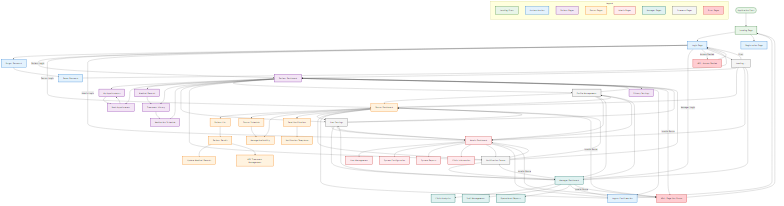
This is docs/final/diagrams/user_interface_flow.png from ruskicoder/swp-hiv-clinic, a Mermaid export, as it was before one commit. Its source is kept beside it as docs/final/diagrams/user_interface_flow.mermaid.
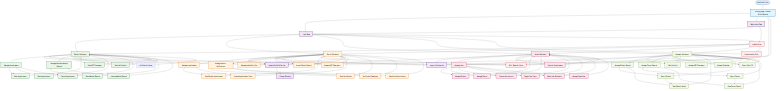
Above is the later version.

Diff of the diagram source:
```diff
@@ -1,119 +1,81 @@
 graph TD
     START([Application Start])
-    LANDING[Landing Page]
+    LANDING[Landing Page - Browse Public Website]
     LOGIN[Login Page]
     REGISTER[Registration Page]
-    FORGOT[Forgot Password]
-    RESET[Reset Password]
 
     LOGOUT[Logout Confirmation]
-    PROFILE[Profile Management]
-    SETTINGS[User Settings]
+    PROFILE[Update Profile & Settings]
+    CHANGE_PASSWORD[Change Password]
     NOTIF_CENTER[Notification Center]
 
     PAT_DASH[Patient Dashboard]
-    PAT_APPT[My Appointments]
+    MANAGE_APPT[Manage Appointments]
     BOOK_APPT[Book Appointment]
-    PAT_RECORDS[Medical Records]
-    PAT_TREATMENT[Treatment History]
-    PAT_MEDICATION[Medication Schedule]
-    PAT_PRIVACY[Privacy Settings]
+    VIEW_APPT[View Appointments]
+    CANCEL_APPT[Cancel Appointment]
+    MANAGE_RECORDS[Manage Personal Medical Records]
+    VIEW_RECORDS[View Medical Records]
+    UPDATE_RECORDS[Update Medical Records]
+    VIEW_ARV[View ARV Treatments]
+    VIEW_NOTIF[View Notifications]
 
     DOC_DASH[Doctor Dashboard]
-    DOC_PATIENTS[Patient List]
-    PAT_DETAIL[Patient Details]
-    UPDATE_RECORDS[Update Medical Records]
-    ARV_MANAGEMENT[ARV Treatment Management]
-    DOC_SCHEDULE[Doctor Schedule]
-    AVAILABILITY[Manage Availability]
+    DOC_MANAGE_APPT[Manage Appointments]
+    DOC_VIEW_APPT[View Patient Appointments]
+    UPDATE_APPT_STATUS[Update Appointment Status]
+    MANAGE_AVAILABILITY[Manage Availability Slots]
+    ACCESS_PAT_RECORDS[Access Patient Records]
+    MANAGE_ARV[Manage ARV Treatments]
+    MANAGE_NOTIFICATIONS[Manage Patient Notifications]
     SEND_NOTIF[Send Notifications]
     NOTIF_TEMPLATES[Notification Templates]
+    NOTIF_HISTORY[View Notification History]
 
     ADMIN_DASH[Admin Dashboard]
-    USER_MGMT[User Management]
-    SYSTEM_CONFIG[System Configuration]
-    ADMIN_REPORTS[System Reports]
-    CLINIC_INFO[Clinic Information]
+    MANAGE_USERS[Manage Users]
+    MANAGE_PATIENTS[Manage Patients]
+    MANAGE_DOCTORS[Manage Doctors]
+    CREATE_ACCOUNTS[Create User Accounts]
+    TOGGLE_STATUS[Toggle User Status]
+    RESET_PASSWORDS[Reset User Passwords]
+    MANAGE_SPECIALTIES[Manage Specialties]
+    VIEW_ALL_APPT[View All Appointments]
 
     MGR_DASH[Manager Dashboard]
-    CLINIC_ANALYTICS[Clinic Analytics]
-    STAFF_MGMT[Staff Management]
-    OPERATIONAL_REPORTS[Operational Reports]
+    VIEW_STATISTICS[View Statistics]
+    MGR_PAT_RECORDS[Manage Patient Records]
+    SEARCH_PATIENTS[Search Patients]
+    VIEW_PAT_DETAILS[View Patient Details]
+    MGR_DOC_RECORDS[Manage Doctor Records]
+    SEARCH_DOCTORS[Search Doctors]
+    VIEW_DOC_DETAILS[View Doctor Details]
+    MGR_ARV[Manage ARV Treatments]
+    MANAGE_SCHEDULES[Manage Schedules]
+    EXPORT_DATA[Export Data CSV]
 
     ERROR_404[404 - Page Not Found]
-    ERROR_403[403 - Access Denied]
-    LOADING[Loading...]
+    LOADING[Loading State]
+    ERROR_AUTH[Authentication Error]
 
     START --> LANDING
     LANDING --> LOGIN
     LANDING --> REGISTER
-    LOGIN --> FORGOT
-    FORGOT --> RESET
-    RESET --> LOGIN
 
-    LOGIN -->|Patient Login| PAT_DASH
-    LOGIN -->|Doctor Login| DOC_DASH
-    LOGIN -->|Admin Login| ADMIN_DASH
-    LOGIN -->|Manager Login| MGR_DASH
+    LOGIN --> PAT_DASH
+    LOGIN --> DOC_DASH
+    LOGIN --> ADMIN_DASH
+    LOGIN --> MGR_DASH
+    LOGIN --> ERROR_AUTH
 
-    PAT_DASH --> PAT_APPT
-    PAT_DASH --> BOOK_APPT
-    PAT_DASH --> PAT_RECORDS
-    PAT_DASH --> PAT_TREATMENT
-    PAT_DASH --> PAT_MEDICATION
+    REGISTER --> LOGIN
+
     PAT_DASH --> PROFILE
-    PAT_DASH --> SETTINGS
-    PAT_DASH --> NOTIF_CENTER
-    PAT_DASH --> PAT_PRIVACY
+    DOC_DASH --> PROFILE
+    ADMIN_DASH --> PROFILE
+    MGR_DASH --> PROFILE
 
-    PAT_APPT --> BOOK_APPT
-    BOOK_APPT --> PAT_APPT
-    PAT_RECORDS --> PAT_TREATMENT
-    PAT_TREATMENT --> PAT_MEDICATION
-
-    DOC_DASH --> DOC_PATIENTS
-    DOC_DASH --> DOC_SCHEDULE
-    DOC_DASH --> AVAILABILITY
-    DOC_DASH --> SEND_NOTIF
-    DOC_DASH --> PROFILE
-    DOC_DASH --> SETTINGS
-    DOC_DASH --> NOTIF_CENTER
-
-    DOC_PATIENTS --> PAT_DETAIL
-    PAT_DETAIL --> UPDATE_RECORDS
-    PAT_DETAIL --> ARV_MANAGEMENT
-    DOC_SCHEDULE --> AVAILABILITY
-    SEND_NOTIF --> NOTIF_TEMPLATES
-
-    ADMIN_DASH --> USER_MGMT
-    ADMIN_DASH --> SYSTEM_CONFIG
-    ADMIN_DASH --> ADMIN_REPORTS
-    ADMIN_DASH --> CLINIC_INFO
-    ADMIN_DASH --> PROFILE
-    ADMIN_DASH --> SETTINGS
-    ADMIN_DASH --> NOTIF_CENTER
-
-    MGR_DASH --> CLINIC_ANALYTICS
-    MGR_DASH --> STAFF_MGMT
-    MGR_DASH --> OPERATIONAL_REPORTS
-    MGR_DASH --> PROFILE
-    MGR_DASH --> SETTINGS
-    MGR_DASH --> NOTIF_CENTER
-
-    PROFILE --> PAT_DASH
-    PROFILE --> DOC_DASH
-    PROFILE --> ADMIN_DASH
-    PROFILE --> MGR_DASH
-
-    SETTINGS --> PAT_DASH
-    SETTINGS --> DOC_DASH
-    SETTINGS --> ADMIN_DASH
-    SETTINGS --> MGR_DASH
-
-    NOTIF_CENTER --> PAT_DASH
-    NOTIF_CENTER --> DOC_DASH
-    NOTIF_CENTER --> ADMIN_DASH
-    NOTIF_CENTER --> MGR_DASH
+    PROFILE --> CHANGE_PASSWORD
 
     PAT_DASH --> LOGOUT
     DOC_DASH --> LOGOUT
@@ -121,47 +83,119 @@
     MGR_DASH --> LOGOUT
     LOGOUT --> LANDING
 
-    PAT_DASH -->|Invalid Route| ERROR_404
-    DOC_DASH -->|Invalid Route| ERROR_404
-    ADMIN_DASH -->|Invalid Route| ERROR_404
-    MGR_DASH -->|Invalid Route| ERROR_404
+    PAT_DASH --> MANAGE_APPT
+    MANAGE_APPT --> BOOK_APPT
+    MANAGE_APPT --> VIEW_APPT
+    MANAGE_APPT --> CANCEL_APPT
+    BOOK_APPT --> PAT_DASH
+    VIEW_APPT --> PAT_DASH
+    CANCEL_APPT --> PAT_DASH
 
-    LOGIN -->|Access Denied| ERROR_403
-    ERROR_403 --> LOGIN
-    ERROR_404 --> LANDING
+    PAT_DASH --> MANAGE_RECORDS
+    MANAGE_RECORDS --> VIEW_RECORDS
+    MANAGE_RECORDS --> UPDATE_RECORDS
+    VIEW_RECORDS --> PAT_DASH
+    UPDATE_RECORDS --> PAT_DASH
+
+    PAT_DASH --> VIEW_ARV
+    PAT_DASH --> VIEW_NOTIF
+    PAT_DASH --> NOTIF_CENTER
+    VIEW_ARV --> PAT_DASH
+    VIEW_NOTIF --> PAT_DASH
+    NOTIF_CENTER --> PAT_DASH
+
+    DOC_DASH --> DOC_MANAGE_APPT
+    DOC_MANAGE_APPT --> DOC_VIEW_APPT
+    DOC_MANAGE_APPT --> UPDATE_APPT_STATUS
+    DOC_VIEW_APPT --> DOC_DASH
+    UPDATE_APPT_STATUS --> DOC_DASH
+
+    DOC_DASH --> MANAGE_AVAILABILITY
+    MANAGE_AVAILABILITY --> DOC_DASH
+
+    DOC_DASH --> ACCESS_PAT_RECORDS
+    ACCESS_PAT_RECORDS --> DOC_DASH
+
+    DOC_DASH --> MANAGE_ARV
+    MANAGE_ARV --> DOC_DASH
+
+    DOC_DASH --> MANAGE_NOTIFICATIONS
+    MANAGE_NOTIFICATIONS --> SEND_NOTIF
+    MANAGE_NOTIFICATIONS --> NOTIF_TEMPLATES
+    MANAGE_NOTIFICATIONS --> NOTIF_HISTORY
+    SEND_NOTIF --> DOC_DASH
+    NOTIF_TEMPLATES --> DOC_DASH
+    NOTIF_HISTORY --> DOC_DASH
+
+    ADMIN_DASH --> MANAGE_USERS
+    MANAGE_USERS --> MANAGE_PATIENTS
+    MANAGE_USERS --> MANAGE_DOCTORS
+    MANAGE_USERS --> CREATE_ACCOUNTS
+    MANAGE_USERS --> TOGGLE_STATUS
+    MANAGE_USERS --> RESET_PASSWORDS
+    MANAGE_USERS --> MANAGE_SPECIALTIES
+    MANAGE_PATIENTS --> ADMIN_DASH
+    MANAGE_DOCTORS --> ADMIN_DASH
+    CREATE_ACCOUNTS --> ADMIN_DASH
+    TOGGLE_STATUS --> ADMIN_DASH
+    RESET_PASSWORDS --> ADMIN_DASH
+    MANAGE_SPECIALTIES --> ADMIN_DASH
+
+    ADMIN_DASH --> VIEW_ALL_APPT
+    VIEW_ALL_APPT --> ADMIN_DASH
+
+    MGR_DASH --> VIEW_STATISTICS
+    VIEW_STATISTICS --> MGR_DASH
+
+    MGR_DASH --> MGR_PAT_RECORDS
+    MGR_PAT_RECORDS --> SEARCH_PATIENTS
+    MGR_PAT_RECORDS --> VIEW_PAT_DETAILS
+    SEARCH_PATIENTS --> VIEW_PAT_DETAILS
+    VIEW_PAT_DETAILS --> MGR_DASH
+    SEARCH_PATIENTS --> MGR_DASH
+
+    MGR_DASH --> MGR_DOC_RECORDS
+    MGR_DOC_RECORDS --> SEARCH_DOCTORS
+    MGR_DOC_RECORDS --> VIEW_DOC_DETAILS
+    SEARCH_DOCTORS --> VIEW_DOC_DETAILS
+    VIEW_DOC_DETAILS --> MGR_DASH
+    SEARCH_DOCTORS --> MGR_DASH
+
+    MGR_DASH --> MGR_ARV
+    MGR_ARV --> MGR_DASH
+
+    MGR_DASH --> MANAGE_SCHEDULES
+    MANAGE_SCHEDULES --> MGR_DASH
+
+    MGR_DASH --> EXPORT_DATA
+    EXPORT_DATA --> MGR_DASH
+
+    LANDING --> ERROR_404
+    PAT_DASH --> ERROR_404
+    DOC_DASH --> ERROR_404
+    ADMIN_DASH --> ERROR_404
+    MGR_DASH --> ERROR_404
 
     LOGIN --> LOADING
+    REGISTER --> LOADING
     LOADING --> PAT_DASH
     LOADING --> DOC_DASH
     LOADING --> ADMIN_DASH
     LOADING --> MGR_DASH
-    LOADING -->|Error| LOGIN
+    LOADING --> ERROR_AUTH
 
-    classDef landing fill:#e8f5e8,stroke:#2e7d32,stroke-width:2px
-    classDef auth fill:#e3f2fd,stroke:#1976d2,stroke-width:2px
-    classDef patient fill:#f3e5f5,stroke:#7b1fa2,stroke-width:2px
-    classDef doctor fill:#fff3e0,stroke:#f57c00,stroke-width:2px
-    classDef admin fill:#ffebee,stroke:#c62828,stroke-width:2px
-    classDef manager fill:#e0f2f1,stroke:#00695c,stroke-width:2px
-    classDef common fill:#f5f5f5,stroke:#616161,stroke-width:2px
-    classDef error fill:#ffcdd2,stroke:#d32f2f,stroke-width:2px
+    classDef landingStyle fill:#e1f5fe,stroke:#01579b,stroke-width:2px
+    classDef authStyle fill:#f3e5f5,stroke:#4a148c,stroke-width:2px
+    classDef patientStyle fill:#e8f5e8,stroke:#2e7d32,stroke-width:2px
+    classDef doctorStyle fill:#fff3e0,stroke:#ef6c00,stroke-width:2px
+    classDef adminStyle fill:#fce4ec,stroke:#c2185b,stroke-width:2px
+    classDef managerStyle fill:#f1f8e9,stroke:#689f38,stroke-width:2px
+    classDef errorStyle fill:#ffebee,stroke:#d32f2f,stroke-width:2px
 
-    class START,LANDING landing
-    class LOGIN,REGISTER,FORGOT,RESET,LOGOUT auth
-    class PAT_DASH,PAT_APPT,BOOK_APPT,PAT_RECORDS,PAT_TREATMENT,PAT_MEDICATION,PAT_PRIVACY patient
-    class DOC_DASH,DOC_PATIENTS,PAT_DETAIL,UPDATE_RECORDS,ARV_MANAGEMENT,DOC_SCHEDULE,AVAILABILITY,SEND_NOTIF,NOTIF_TEMPLATES doctor
-    class ADMIN_DASH,USER_MGMT,SYSTEM_CONFIG,ADMIN_REPORTS,CLINIC_INFO admin
-    class MGR_DASH,CLINIC_ANALYTICS,STAFF_MGMT,OPERATIONAL_REPORTS manager
-    class PROFILE,SETTINGS,NOTIF_CENTER,LOADING common
-    class ERROR_404,ERROR_403 error
-
-    subgraph "Legend"
-        L1[Landing/Start]:::landing
-        L2[Authentication]:::auth
-        L3[Patient Pages]:::patient
-        L4[Doctor Pages]:::doctor
-        L5[Admin Pages]:::admin
-        L6[Manager Pages]:::manager
-        L7[Common Pages]:::common
-        L8[Error Pages]:::error
-    end
+    class START,LANDING landingStyle
+    class LOGIN,REGISTER,LOGOUT,PROFILE,CHANGE_PASSWORD authStyle
+    class PAT_DASH,MANAGE_APPT,BOOK_APPT,VIEW_APPT,CANCEL_APPT,MANAGE_RECORDS,VIEW_RECORDS,UPDATE_RECORDS,VIEW_ARV,VIEW_NOTIF patientStyle
+    class DOC_DASH,DOC_MANAGE_APPT,DOC_VIEW_APPT,UPDATE_APPT_STATUS,MANAGE_AVAILABILITY,ACCESS_PAT_RECORDS,MANAGE_ARV,MANAGE_NOTIFICATIONS,SEND_NOTIF,NOTIF_TEMPLATES,NOTIF_HISTORY doctorStyle
+    class ADMIN_DASH,MANAGE_USERS,MANAGE_PATIENTS,MANAGE_DOCTORS,CREATE_ACCOUNTS,TOGGLE_STATUS,RESET_PASSWORDS,MANAGE_SPECIALTIES,VIEW_ALL_APPT adminStyle
+    class MGR_DASH,VIEW_STATISTICS,MGR_PAT_RECORDS,SEARCH_PATIENTS,VIEW_PAT_DETAILS,MGR_DOC_RECORDS,SEARCH_DOCTORS,VIEW_DOC_DETAILS,MGR_ARV,MANAGE_SCHEDULES,EXPORT_DATA managerStyle
+    class ERROR_404,ERROR_AUTH,LOADING errorStyle
```
